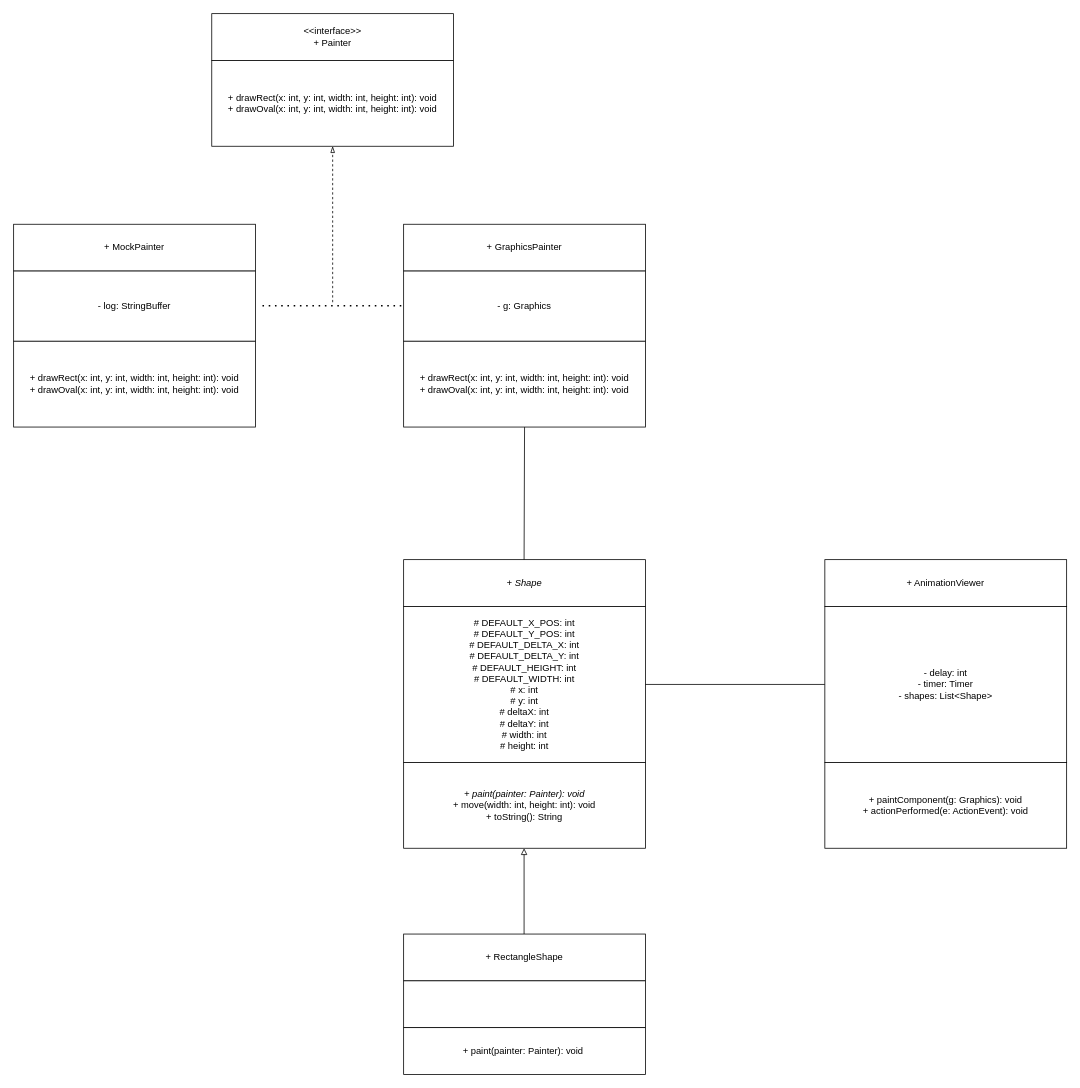
Before: UML for Bounce Project.drawio in ben-porteous/CompSci718-Miscellaneous, a draw.io diagram. Source tidied: cells renumbered, new cells numbered last; positions are measured from the earlier drawing's top-left corner, leaving out a move shared by most shapes. Both pictures are drawn from the tidied source at 78%, with x=0, y=0 at pixel (13, 13).
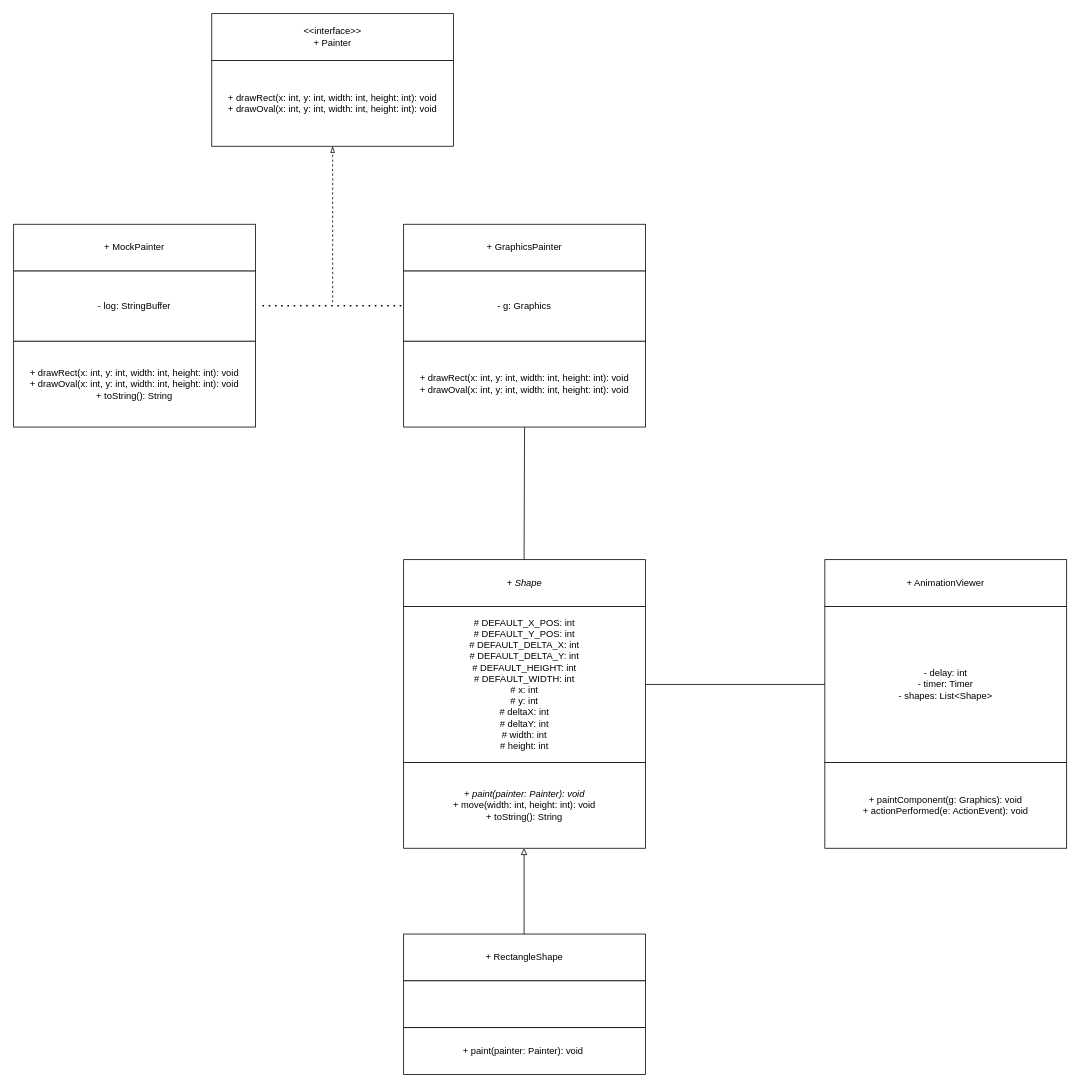
After the change.

What changed in the source:
```diff
@@
-    <mxCell id="23" value="+ drawRect(x: int, y: int, width: int, height: int): void&lt;div&gt;+ drawOval(x: int, y: int, width: int, height: int): void&lt;/div&gt;" style="rounded=0;whiteSpace=wrap;html=1;" parent="1" vertex="1">
+    <mxCell id="23" value="+ drawRect(x: int, y: int, width: int, height: int): void&lt;div&gt;+ drawOval(x: int, y: int, width: int, height: int): void&lt;/div&gt;&lt;div&gt;+ toString(): String&lt;/div&gt;" style="rounded=0;whiteSpace=wrap;html=1;" parent="1" vertex="1">
       <mxGeometry y="420" width="310" height="110" as="geometry" />
     </mxCell>
```
